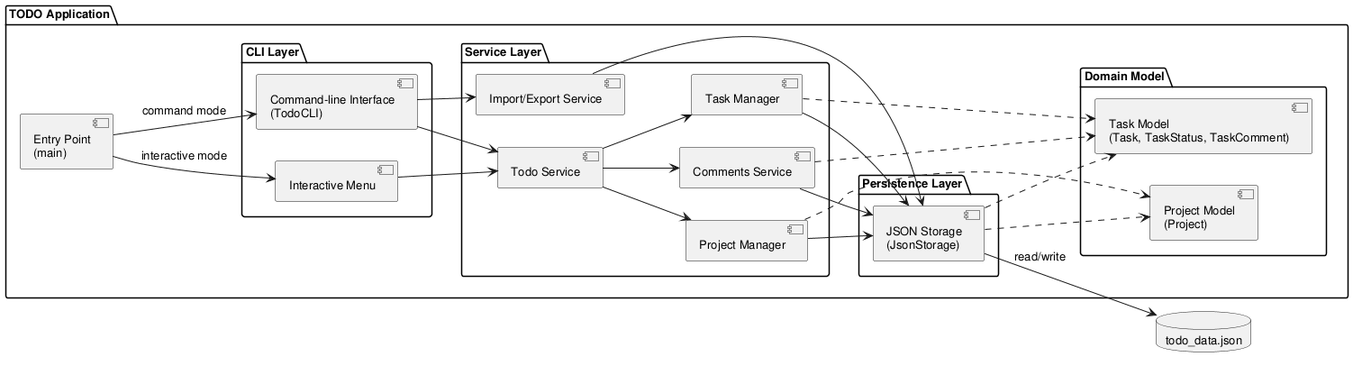
This is experiments/broadcast/structured_text/TODO/artifacts/component_diagram.png from DanielRiha8906/Software_autoevolution_using_agents, a PlantUML export, as it was before one commit.
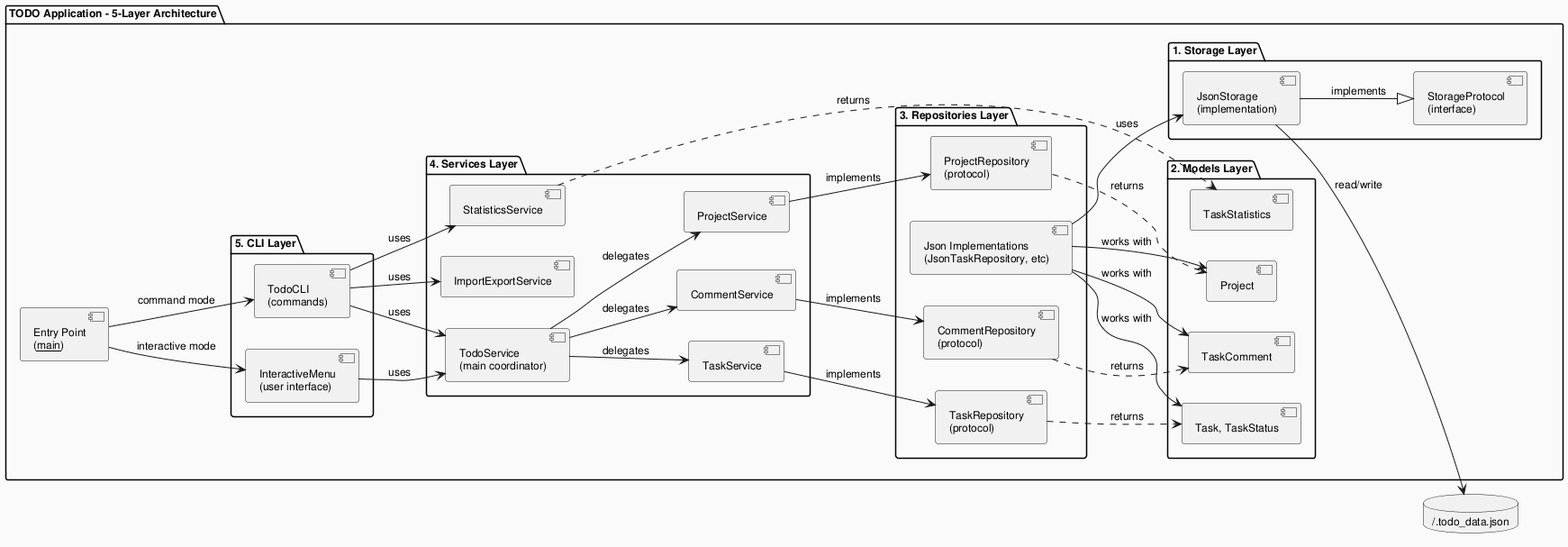
Above is the later version.

The edit, as a diff of the source:
```diff
@@ -1,59 +1,78 @@
 @startuml component_diagram
 
 skinparam componentStyle uml2
-skinparam defaultFontSize 13
+skinparam defaultFontSize 12
+skinparam backgroundColor #FAFAFA
 
 left to right direction
 
-package "TODO Application" {
+package "TODO Application - 5-Layer Architecture" {
 
-    component "Entry Point\n(main)" as Main
+    component "Entry Point\n(__main__)" as Main
 
-    package "CLI Layer" {
-        component "Interactive Menu" as IM
-        component "Command-line Interface\n(TodoCLI)" as CLI
+    package "5. CLI Layer" {
+        component "TodoCLI\n(commands)" as CLI
+        component "InteractiveMenu\n(user interface)" as IM
     }
 
-    package "Service Layer" {
-        component "Todo Service" as SVC
-        component "Task Manager" as MGR
-        component "Project Manager" as PMGR
-        component "Comments Service" as CMTS
-        component "Import/Export Service" as IMPEXP
+    package "4. Services Layer" {
+        component "TodoService\n(main coordinator)" as SVC
+        component "TaskService" as TaskSvc
+        component "CommentService" as CommentSvc
+        component "ProjectService" as ProjectSvc
+        component "StatisticsService" as StatSvc
+        component "ImportExportService" as ImpExpSvc
     }
 
-    package "Domain Model" {
-        component "Task Model\n(Task, TaskStatus, TaskComment)" as Model
-        component "Project Model\n(Project)" as ProjModel
+    package "3. Repositories Layer" {
+        component "TaskRepository\n(protocol)" as TaskRepo
+        component "CommentRepository\n(protocol)" as CommentRepo
+        component "ProjectRepository\n(protocol)" as ProjectRepo
+        component "Json Implementations\n(JsonTaskRepository, etc)" as JsonImpls
     }
 
-    package "Persistence Layer" {
-        component "JSON Storage\n(JsonStorage)" as Storage
+    package "2. Models Layer" {
+        component "Task, TaskStatus" as TaskModel
+        component "TaskComment" as CommentModel
+        component "Project" as ProjectModel
+        component "TaskStatistics" as StatsModel
+    }
+
+    package "1. Storage Layer" {
+        component "StorageProtocol\n(interface)" as StorageProto
+        component "JsonStorage\n(implementation)" as Storage
     }
 }
 
-database "todo_data.json" as DB
+database "~/.todo_data.json" as DB
 
+Main --> CLI : command mode
 Main --> IM : interactive mode
-Main --> CLI : command mode
 
-IM --> SVC
-CLI --> SVC
-CLI --> IMPEXP
+CLI --> SVC : uses
+IM --> SVC : uses
+CLI --> ImpExpSvc : uses
+CLI --> StatSvc : uses
 
-SVC --> MGR
-SVC --> PMGR
-SVC --> CMTS
-MGR --> Storage
-PMGR --> Storage
-CMTS --> Storage
-IMPEXP --> Storage
-MGR ..> Model
-PMGR ..> ProjModel
-CMTS ..> Model
-Storage ..> Model
-Storage ..> ProjModel
+SVC --> TaskSvc : delegates
+SVC --> CommentSvc : delegates
+SVC --> ProjectSvc : delegates
 
+TaskSvc --> TaskRepo : implements
+CommentSvc --> CommentRepo : implements
+ProjectSvc --> ProjectRepo : implements
+
+JsonImpls --> Storage : uses
+JsonImpls --> TaskModel : works with
+JsonImpls --> CommentModel : works with
+JsonImpls --> ProjectModel : works with
+
+TaskRepo ..> TaskModel : returns
+CommentRepo ..> CommentModel : returns
+ProjectRepo ..> ProjectModel : returns
+StatSvc ..> StatsModel : returns
+
+Storage --|> StorageProto : implements
 Storage --> DB : read/write
 
 @enduml
```
